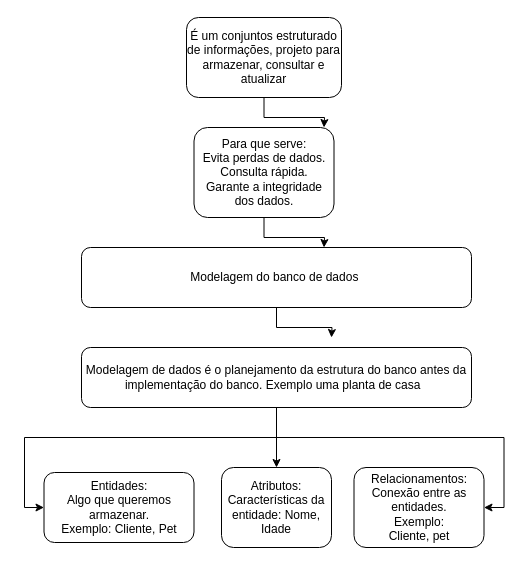
The draw.io diagram python/Untitled Diagram.drawio in pedro1093/programacao-geral, before the edit. Source tidied: cells renumbered, new cells numbered last; positions are measured from the earlier drawing's top-left corner, leaving out a move shared by most shapes. Both pictures are drawn from the tidied source at 100%, with x=0, y=0 at pixel (24, 17).
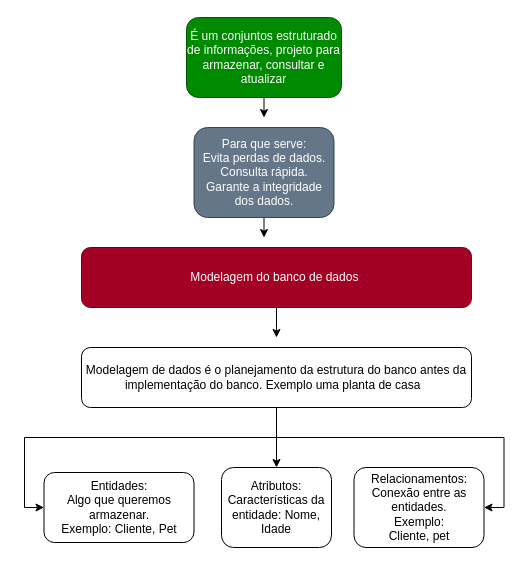
After the change.

Diff of the diagram source:
```diff
@@
 <mxGraphModel>
   <root>
     <mxCell id="0" />
     <mxCell id="1" parent="0" />
-    <mxCell id="2" style="edgeStyle=orthogonalEdgeStyle;rounded=0;jettySize=auto;html=1;" parent="1" edge="1" source="3">
-      <mxGeometry relative="1" as="geometry">
-        <mxPoint x="299.5" y="110" as="targetPoint" />
-      </mxGeometry>
-    </mxCell>
+    <mxCell id="15" style="edgeStyle=orthogonalEdgeStyle;rounded=0;jettySize=auto;html=1;" parent="1" edge="1" source="3">
+      <mxGeometry relative="1" as="geometry">
+        <mxPoint x="239.5" y="100" as="targetPoint" />
+      </mxGeometry>
+    </mxCell>
-    <mxCell id="3" value="É um conjuntos estruturado de informações, projeto para armazenar, consultar e atualizar" style="rounded=1;whiteSpace=wrap;html=1;" parent="1" vertex="1">
+    <mxCell id="3" value="É um conjuntos estruturado de informações, projeto para armazenar, consultar e atualizar" style="rounded=1;whiteSpace=wrap;html=1;fillColor=#008a00;fontColor=#ffffff;strokeColor=#005700;" parent="1" vertex="1">
       <mxGeometry x="162" width="155" height="80" as="geometry" />
     </mxCell>
-    <mxCell id="4" style="edgeStyle=orthogonalEdgeStyle;rounded=0;jettySize=auto;html=1;" parent="1" edge="1" source="5">
-      <mxGeometry relative="1" as="geometry">
-        <mxPoint x="299.5" y="230" as="targetPoint" />
-      </mxGeometry>
-    </mxCell>
+    <mxCell id="16" style="edgeStyle=orthogonalEdgeStyle;rounded=0;jettySize=auto;html=1;" parent="1" edge="1" source="5">
+      <mxGeometry relative="1" as="geometry">
+        <mxPoint x="239.5" y="220" as="targetPoint" />
+      </mxGeometry>
+    </mxCell>
-    <mxCell id="5" value="Para que serve:&lt;div&gt;Evita perdas de dados.&lt;/div&gt;&lt;div&gt;Consulta rápida.&lt;/div&gt;&lt;div&gt;Garante a integridade dos dados.&lt;/div&gt;" style="rounded=1;whiteSpace=wrap;html=1;" parent="1" vertex="1">
+    <mxCell id="5" value="Para que serve:&lt;div&gt;Evita perdas de dados.&lt;/div&gt;&lt;div&gt;Consulta rápida.&lt;/div&gt;&lt;div&gt;Garante a integridade dos dados.&lt;/div&gt;" style="rounded=1;whiteSpace=wrap;html=1;fillColor=#647687;fontColor=#ffffff;strokeColor=#314354;" parent="1" vertex="1">
       <mxGeometry x="169.5" y="110" width="140" height="90" as="geometry" />
     </mxCell>
     <mxCell id="6" style="edgeStyle=orthogonalEdgeStyle;rounded=0;jettySize=auto;html=1;entryX=1;entryY=0.5;entryDx=0;entryDy=0;" parent="1" edge="1" source="9" target="14">
       <mxGeometry relative="1" as="geometry" />
     </mxCell>
     <mxCell id="7" style="edgeStyle=orthogonalEdgeStyle;rounded=0;jettySize=auto;html=1;entryX=0;entryY=0.5;entryDx=0;entryDy=0;" parent="1" edge="1" source="9" target="12">
       <mxGeometry relative="1" as="geometry">
         <Array as="points">
           <mxPoint x="252" y="420" />
           <mxPoint y="420" />
           <mxPoint y="490" />
         </Array>
       </mxGeometry>
     </mxCell>
     <mxCell id="8" style="edgeStyle=orthogonalEdgeStyle;rounded=0;jettySize=auto;html=1;entryX=0.5;entryY=0;entryDx=0;entryDy=0;" parent="1" edge="1" source="9" target="13">
       <mxGeometry relative="1" as="geometry" />
     </mxCell>
     <mxCell id="9" value="Modelagem de dados é o planejamento da estrutura do banco antes da implementação do banco. Exemplo uma planta de casa&amp;nbsp;&amp;nbsp;" style="rounded=1;whiteSpace=wrap;html=1;" parent="1" vertex="1">
       <mxGeometry x="57" y="330" width="390" height="60" as="geometry" />
     </mxCell>
-    <mxCell id="10" style="edgeStyle=orthogonalEdgeStyle;rounded=0;jettySize=auto;html=1;" parent="1" edge="1" source="11">
-      <mxGeometry relative="1" as="geometry">
-        <mxPoint x="307" y="320" as="targetPoint" />
-      </mxGeometry>
-    </mxCell>
+    <mxCell id="17" style="edgeStyle=orthogonalEdgeStyle;rounded=0;jettySize=auto;html=1;" parent="1" edge="1" source="11">
+      <mxGeometry relative="1" as="geometry">
+        <mxPoint x="252" y="320" as="targetPoint" />
+      </mxGeometry>
+    </mxCell>
-    <mxCell id="11" value="Modelagem do banco de dados&amp;nbsp;" style="rounded=1;whiteSpace=wrap;html=1;" parent="1" vertex="1">
+    <mxCell id="11" value="Modelagem do banco de dados&amp;nbsp;" style="rounded=1;whiteSpace=wrap;html=1;fillColor=#a20025;fontColor=#ffffff;strokeColor=#6F0000;" parent="1" vertex="1">
       <mxGeometry x="57" y="230" width="390" height="60" as="geometry" />
     </mxCell>
     <mxCell id="12" value="&lt;div&gt;Entidades:&lt;/div&gt;&lt;div&gt;Algo que queremos armazenar.&lt;br&gt;Exemplo: Cliente, Pet&lt;/div&gt;" style="rounded=1;whiteSpace=wrap;html=1;" parent="1" vertex="1">
       <mxGeometry x="19.5" y="455" width="150" height="70" as="geometry" />
     </mxCell>
     <mxCell id="13" value="&lt;div&gt;Atributos:&lt;br&gt;Características da entidade: Nome, Idade&lt;/div&gt;" style="rounded=1;whiteSpace=wrap;html=1;" parent="1" vertex="1">
       <mxGeometry x="197" y="450" width="110" height="80" as="geometry" />
     </mxCell>
     <mxCell id="14" value="&lt;div&gt;Relacionamentos:&lt;/div&gt;&lt;div&gt;Conexão entre as entidades.&lt;/div&gt;&lt;div&gt;Exemplo:&lt;br&gt;Cliente, pet&lt;/div&gt;" style="rounded=1;whiteSpace=wrap;html=1;" parent="1" vertex="1">
       <mxGeometry x="329.5" y="450" width="130" height="80" as="geometry" />
     </mxCell>
   </root>
 </mxGraphModel>
```
